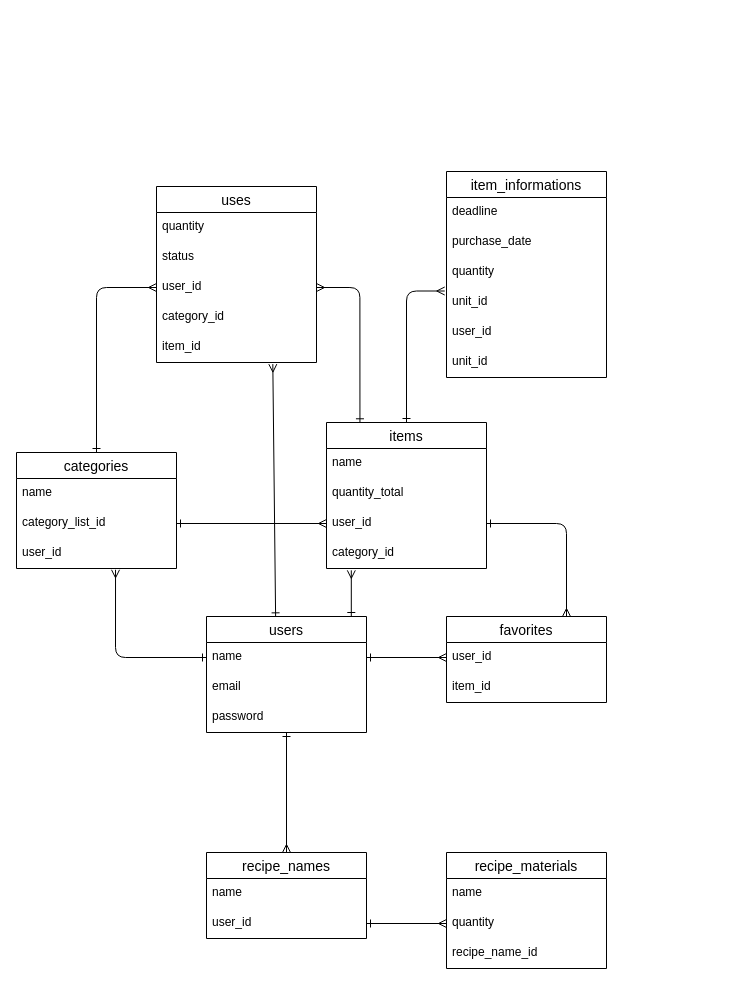
Above: er.dio in siroyuri/food_manage (draw.io), before the change. Source tidied: cells renumbered, new cells numbered last; positions are measured from the earlier drawing's top-left corner, leaving out a move shared by most shapes. Both pictures are drawn from the tidied source at 100%, with x=0, y=0 at pixel (16, 171).
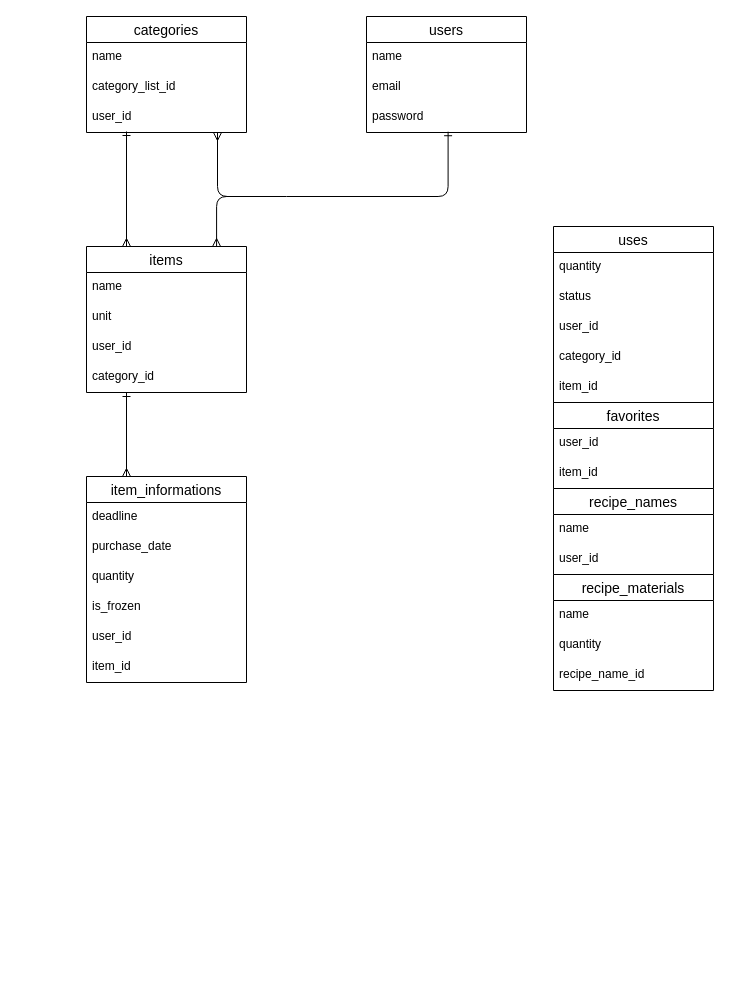
After the change.

Unchanged cells that the change refers to:
```xml
<mxCell id="5" value="name" style="text;strokeColor=none;fillColor=none;spacingLeft=4;spacingRight=4;overflow=hidden;points=[[0,0.5],[1,0.5]];portConstraint=eastwest;fontSize=12;" parent="4" vertex="1">
  <mxGeometry y="26" width="160" height="30" as="geometry" />
</mxCell>
<mxCell id="7" value="password" style="text;strokeColor=none;fillColor=none;spacingLeft=4;spacingRight=4;overflow=hidden;points=[[0,0.5],[1,0.5]];portConstraint=eastwest;fontSize=12;" parent="4" vertex="1">
  <mxGeometry y="86" width="160" height="30" as="geometry" />
</mxCell>
<mxCell id="14" value="user_id" style="text;strokeColor=none;fillColor=none;spacingLeft=4;spacingRight=4;overflow=hidden;points=[[0,0.5],[1,0.5]];portConstraint=eastwest;fontSize=12;" parent="11" vertex="1">
  <mxGeometry y="86" width="160" height="30" as="geometry" />
</mxCell>
<mxCell id="15" value="category_id" style="text;strokeColor=none;fillColor=none;spacingLeft=4;spacingRight=4;overflow=hidden;points=[[0,0.5],[1,0.5]];portConstraint=eastwest;fontSize=12;" parent="11" vertex="1">
  <mxGeometry y="116" width="160" height="30" as="geometry" />
</mxCell>
<mxCell id="24" value="user_id" style="text;strokeColor=none;fillColor=none;spacingLeft=4;spacingRight=4;overflow=hidden;points=[[0,0.5],[1,0.5]];portConstraint=eastwest;fontSize=12;" parent="23" vertex="1">
  <mxGeometry y="26" width="160" height="30" as="geometry" />
</mxCell>
<mxCell id="28" value="user_id" style="text;strokeColor=none;fillColor=none;spacingLeft=4;spacingRight=4;overflow=hidden;points=[[0,0.5],[1,0.5]];portConstraint=eastwest;fontSize=12;" parent="26" vertex="1">
  <mxGeometry y="56" width="160" height="30" as="geometry" />
</mxCell>
<mxCell id="31" value="quantity" style="text;strokeColor=none;fillColor=none;spacingLeft=4;spacingRight=4;overflow=hidden;points=[[0,0.5],[1,0.5]];portConstraint=eastwest;fontSize=12;" parent="29" vertex="1">
  <mxGeometry y="56" width="160" height="30" as="geometry" />
</mxCell>
<mxCell id="36" value="user_id" style="text;strokeColor=none;fillColor=none;spacingLeft=4;spacingRight=4;overflow=hidden;points=[[0,0.5],[1,0.5]];portConstraint=eastwest;fontSize=12;" parent="33" vertex="1">
  <mxGeometry y="86" width="160" height="30" as="geometry" />
</mxCell>
<mxCell id="38" value="item_id" style="text;strokeColor=none;fillColor=none;spacingLeft=4;spacingRight=4;overflow=hidden;points=[[0,0.5],[1,0.5]];portConstraint=eastwest;fontSize=12;" parent="33" vertex="1">
  <mxGeometry y="146" width="160" height="30" as="geometry" />
</mxCell>
<mxCell id="45" value="category_list_id" style="text;strokeColor=none;fillColor=none;spacingLeft=4;spacingRight=4;overflow=hidden;points=[[0,0.5],[1,0.5]];portConstraint=eastwest;fontSize=12;" parent="43" vertex="1">
  <mxGeometry y="56" width="160" height="30" as="geometry" />
</mxCell>
<mxCell id="46" value="user_id" style="text;strokeColor=none;fillColor=none;spacingLeft=4;spacingRight=4;overflow=hidden;points=[[0,0.5],[1,0.5]];portConstraint=eastwest;fontSize=12;" parent="43" vertex="1">
  <mxGeometry y="86" width="160" height="30" as="geometry" />
</mxCell>
```

What changed in the source:
```diff
@@
-    <mxCell id="2" style="edgeStyle=none;html=1;entryX=0.5;entryY=0;entryDx=0;entryDy=0;startArrow=ERone;startFill=0;endArrow=ERmany;endFill=0;" parent="1" edge="1" source="4" target="26">
-      <mxGeometry relative="1" as="geometry" />
-    </mxCell>
-    <mxCell id="3" style="edgeStyle=none;html=1;entryX=0.155;entryY=1.061;entryDx=0;entryDy=0;startArrow=ERone;startFill=0;endArrow=ERmany;endFill=0;entryPerimeter=0;exitX=0.905;exitY=0;exitDx=0;exitDy=0;exitPerimeter=0;" parent="1" edge="1" source="4" target="15">
-      <mxGeometry relative="1" as="geometry" />
-    </mxCell>
     <mxCell id="4" value="users" style="swimlane;fontStyle=0;horizontal=1;startSize=26;align=center;fontSize=14;" parent="1" vertex="1">
-      <mxGeometry x="190" y="445" width="160" height="116" as="geometry" />
+      <mxGeometry x="350" y="-155" width="160" height="116" as="geometry" />
     </mxCell>
@@
-    <mxCell id="8" style="edgeStyle=orthogonalEdgeStyle;html=1;startArrow=ERone;startFill=0;endArrow=ERmany;endFill=0;exitX=0.5;exitY=0;exitDx=0;exitDy=0;entryX=0;entryY=0.5;entryDx=0;entryDy=0;" parent="1" edge="1" source="43" target="36">
-      <mxGeometry relative="1" as="geometry" />
-    </mxCell>
-    <mxCell id="9" style="html=1;entryX=0;entryY=0.5;entryDx=0;entryDy=0;startArrow=ERone;startFill=0;endArrow=ERmany;endFill=0;exitX=1;exitY=0.5;exitDx=0;exitDy=0;" parent="1" edge="1" source="45" target="14">
-      <mxGeometry relative="1" as="geometry" />
-    </mxCell>
-    <mxCell id="10" style="edgeStyle=orthogonalEdgeStyle;html=1;entryX=-0.011;entryY=0.117;entryDx=0;entryDy=0;entryPerimeter=0;startArrow=ERone;startFill=0;endArrow=ERmany;endFill=0;" parent="1" edge="1" source="11" target="20">
-      <mxGeometry relative="1" as="geometry" />
-    </mxCell>
     <mxCell id="11" value="items" style="swimlane;fontStyle=0;horizontal=1;startSize=26;align=center;fontSize=14;" parent="1" vertex="1">
-      <mxGeometry x="310" y="251" width="160" height="146" as="geometry" />
+      <mxGeometry x="70" y="75" width="160" height="146" as="geometry" />
     </mxCell>
@@
-    <mxCell id="13" value="quantity_total" style="text;strokeColor=none;fillColor=none;spacingLeft=4;spacingRight=4;overflow=hidden;fontSize=12;" parent="11" vertex="1">
-      <mxGeometry y="56" width="160" height="30" as="geometry" />
-    </mxCell>
+    <mxCell id="20" value="unit" style="text;strokeColor=none;fillColor=none;spacingLeft=4;spacingRight=4;overflow=hidden;points=[[0,0.5],[1,0.5]];portConstraint=eastwest;fontSize=12;" parent="11" vertex="1">
+      <mxGeometry y="56" width="160" height="30" as="geometry" />
+    </mxCell>
@@
     <mxCell id="16" value="item_informations" style="swimlane;fontStyle=0;horizontal=1;startSize=26;align=center;fontSize=14;" parent="1" vertex="1">
-      <mxGeometry x="430" width="160" height="206" as="geometry" />
+      <mxGeometry x="70" y="305" width="160" height="206" as="geometry" />
     </mxCell>
@@
-    <mxCell id="20" value="unit_id" style="text;strokeColor=none;fillColor=none;spacingLeft=4;spacingRight=4;overflow=hidden;points=[[0,0.5],[1,0.5]];portConstraint=eastwest;fontSize=12;" parent="16" vertex="1">
-      <mxGeometry y="116" width="160" height="30" as="geometry" />
-    </mxCell>
+    <mxCell id="49" value="is_frozen" style="text;strokeColor=none;fillColor=none;spacingLeft=4;spacingRight=4;overflow=hidden;fontSize=12;" parent="16" vertex="1">
+      <mxGeometry y="116" width="160" height="30" as="geometry" />
+    </mxCell>
@@
-    <mxCell id="22" value="unit_id" style="text;strokeColor=none;fillColor=none;spacingLeft=4;spacingRight=4;overflow=hidden;fontSize=12;" parent="16" vertex="1">
+    <mxCell id="22" value="item_id" style="text;strokeColor=none;fillColor=none;spacingLeft=4;spacingRight=4;overflow=hidden;fontSize=12;" parent="16" vertex="1">
       <mxGeometry y="176" width="160" height="30" as="geometry" />
     </mxCell>
     <mxCell id="23" value="favorites" style="swimlane;fontStyle=0;horizontal=1;startSize=26;align=center;fontSize=14;" parent="1" vertex="1">
-      <mxGeometry x="430" y="445" width="160" height="86" as="geometry" />
+      <mxGeometry x="537" y="231" width="160" height="86" as="geometry" />
     </mxCell>
@@
     <mxCell id="26" value="recipe_names" style="swimlane;fontStyle=0;horizontal=1;startSize=26;align=center;fontSize=14;" parent="1" vertex="1">
-      <mxGeometry x="190" y="681" width="160" height="86" as="geometry" />
+      <mxGeometry x="537" y="317" width="160" height="86" as="geometry" />
     </mxCell>
@@
     <mxCell id="29" value="recipe_materials" style="swimlane;fontStyle=0;horizontal=1;startSize=26;align=center;fontSize=14;" parent="1" vertex="1">
-      <mxGeometry x="430" y="681" width="160" height="116" as="geometry" />
+      <mxGeometry x="537" y="403" width="160" height="116" as="geometry" />
     </mxCell>
@@
     <mxCell id="33" value="uses" style="swimlane;fontStyle=0;horizontal=1;startSize=26;align=center;fontSize=14;" parent="1" vertex="1">
-      <mxGeometry x="140" y="15" width="160" height="176" as="geometry" />
+      <mxGeometry x="537" y="55" width="160" height="176" as="geometry" />
     </mxCell>
@@
-    <mxCell id="39" style="edgeStyle=none;html=1;entryX=0;entryY=0.5;entryDx=0;entryDy=0;startArrow=ERone;startFill=0;endArrow=ERmany;endFill=0;" parent="1" edge="1" source="28" target="31">
-      <mxGeometry relative="1" as="geometry" />
-    </mxCell>
-    <mxCell id="40" style="edgeStyle=none;html=1;entryX=0;entryY=0.5;entryDx=0;entryDy=0;startArrow=ERone;startFill=0;endArrow=ERmany;endFill=0;" parent="1" edge="1" source="5" target="24">
-      <mxGeometry relative="1" as="geometry" />
+    <mxCell id="40" style="edgeStyle=orthogonalEdgeStyle;html=1;startArrow=ERone;startFill=0;endArrow=none;endFill=0;exitX=0.51;exitY=0.974;exitDx=0;exitDy=0;exitPerimeter=0;" parent="1" edge="1" source="7">
+      <mxGeometry relative="1" as="geometry">
+        <mxPoint x="270" y="25" as="targetPoint" />
+        <Array as="points">
+          <mxPoint x="432" y="25" />
+        </Array>
+      </mxGeometry>
     </mxCell>
-    <mxCell id="41" style="edgeStyle=none;html=1;entryX=0.727;entryY=1.054;entryDx=0;entryDy=0;startArrow=ERone;startFill=0;endArrow=ERmany;endFill=0;exitX=0.432;exitY=0.003;exitDx=0;exitDy=0;exitPerimeter=0;entryPerimeter=0;" parent="1" edge="1" source="4" target="38">
-      <mxGeometry relative="1" as="geometry" />
-    </mxCell>
-    <mxCell id="42" style="html=1;startArrow=ERmany;startFill=0;endArrow=ERone;endFill=0;entryX=0.209;entryY=0.002;entryDx=0;entryDy=0;entryPerimeter=0;exitX=1;exitY=0.5;exitDx=0;exitDy=0;edgeStyle=orthogonalEdgeStyle;" parent="1" edge="1" source="36" target="11">
-      <mxGeometry relative="1" as="geometry" />
-    </mxCell>
     <mxCell id="43" value="categories" style="swimlane;fontStyle=0;horizontal=1;startSize=26;align=center;fontSize=14;" parent="1" vertex="1">
-      <mxGeometry y="281" width="160" height="116" as="geometry" />
+      <mxGeometry x="70" y="-155" width="160" height="116" as="geometry" />
     </mxCell>
@@
-    <mxCell id="47" style="html=1;entryX=0.619;entryY=1.043;entryDx=0;entryDy=0;entryPerimeter=0;startArrow=ERone;startFill=0;endArrow=ERmany;endFill=0;exitX=0;exitY=0.5;exitDx=0;exitDy=0;edgeStyle=orthogonalEdgeStyle;" parent="1" edge="1" source="5" target="46">
-      <mxGeometry relative="1" as="geometry">
-        <Array as="points">
-          <mxPoint x="99" y="486" />
-        </Array>
-      </mxGeometry>
-    </mxCell>
-    <mxCell id="48" style="edgeStyle=orthogonalEdgeStyle;html=1;entryX=0.75;entryY=0;entryDx=0;entryDy=0;exitX=1;exitY=0.5;exitDx=0;exitDy=0;startArrow=ERone;startFill=0;endArrow=ERmany;endFill=0;" parent="1" edge="1" source="14" target="23">
-      <mxGeometry relative="1" as="geometry" />
-    </mxCell>
+    <mxCell id="50" style="edgeStyle=orthogonalEdgeStyle;html=1;startArrow=none;startFill=0;endArrow=ERmany;endFill=0;" parent="1" edge="1" target="46">
+      <mxGeometry relative="1" as="geometry">
+        <mxPoint x="270" y="25" as="sourcePoint" />
+        <Array as="points">
+          <mxPoint x="201" y="25" />
+        </Array>
+      </mxGeometry>
+    </mxCell>
+    <mxCell id="51" style="edgeStyle=orthogonalEdgeStyle;html=1;startArrow=none;startFill=0;endArrow=ERmany;endFill=0;entryX=0.813;entryY=0;entryDx=0;entryDy=0;entryPerimeter=0;" parent="1" edge="1" target="11">
+      <mxGeometry relative="1" as="geometry">
+        <mxPoint x="269" y="25" as="sourcePoint" />
+        <Array as="points">
+          <mxPoint x="200" y="25" />
+        </Array>
+      </mxGeometry>
+    </mxCell>
+    <mxCell id="52" style="html=1;startArrow=ERone;startFill=0;endArrow=ERmany;endFill=0;entryX=0.813;entryY=0;entryDx=0;entryDy=0;entryPerimeter=0;exitX=0.25;exitY=0.967;exitDx=0;exitDy=0;exitPerimeter=0;" parent="1" edge="1" source="46">
+      <mxGeometry relative="1" as="geometry">
+        <mxPoint x="110" y="75" as="targetPoint" />
+      </mxGeometry>
+    </mxCell>
+    <mxCell id="53" style="html=1;startArrow=ERone;startFill=0;endArrow=ERmany;endFill=0;exitX=0.25;exitY=0.967;exitDx=0;exitDy=0;exitPerimeter=0;" parent="1" edge="1">
+      <mxGeometry relative="1" as="geometry">
+        <mxPoint x="110" y="221" as="sourcePoint" />
+        <mxPoint x="110" y="305" as="targetPoint" />
+      </mxGeometry>
+    </mxCell>
```
